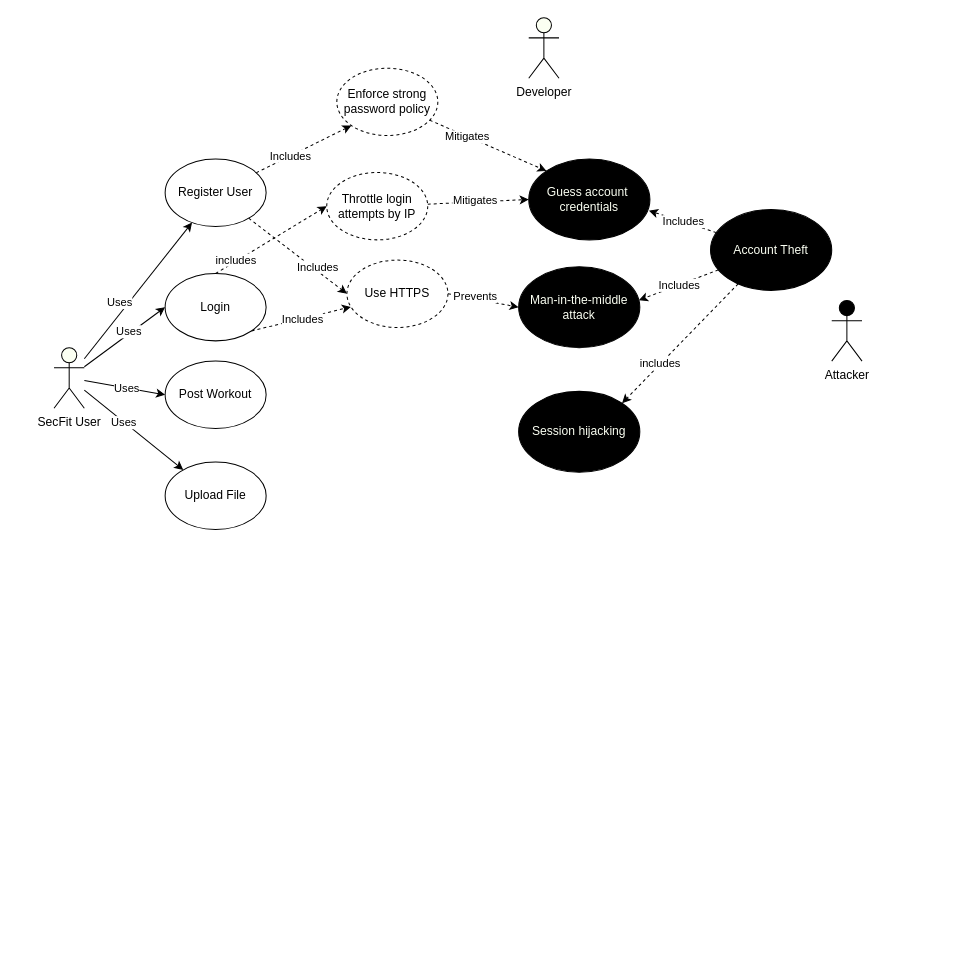
Earlier version of the draw.io diagram misusecase-1.drawio (gullskatten/BPMN-models). Source tidied: cells renumbered, new cells numbered last; positions are measured from the earlier drawing's top-left corner, leaving out a move shared by most shapes. Both pictures are drawn from the tidied source at 101%, with x=0, y=0 at pixel (54, 17).
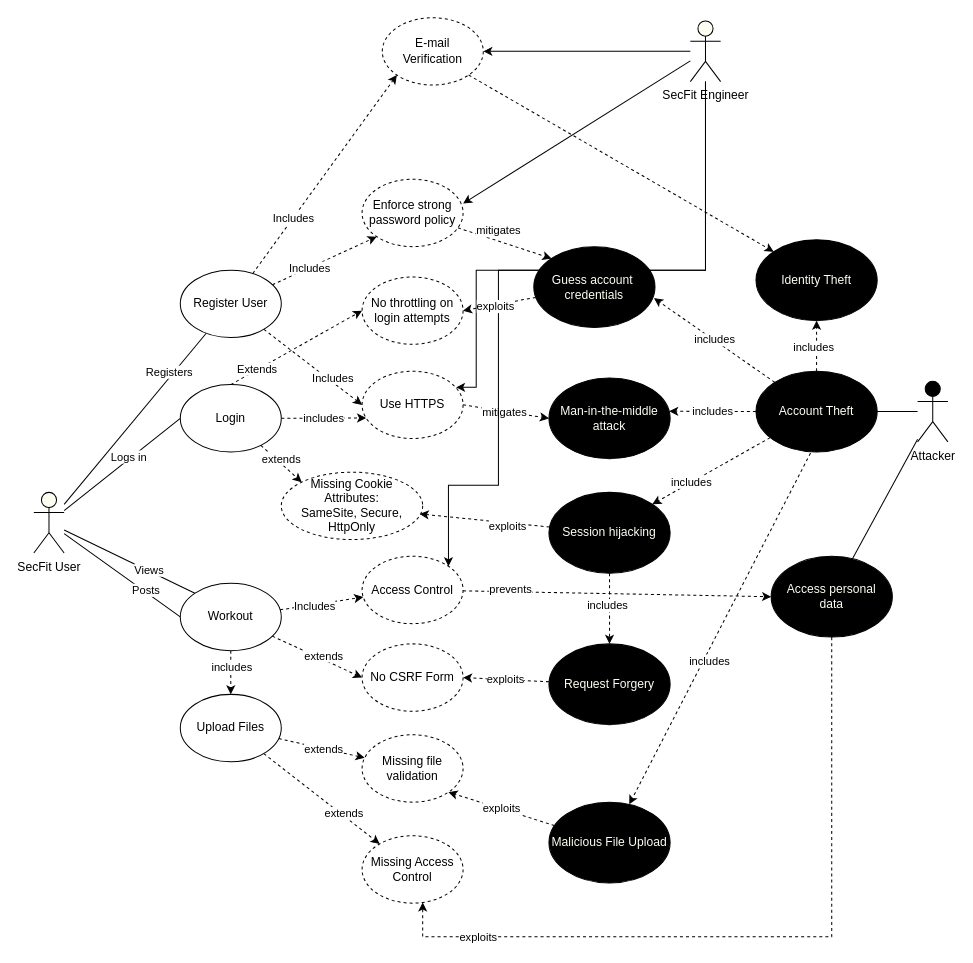
The same page after the edit.

Unchanged cells that the change refers to:
```xml
<mxCell id="14" style="edgeStyle=none;rounded=0;jettySize=auto;html=1;entryX=0;entryY=0.5;entryDx=0;entryDy=0;dashed=1;exitX=0.5;exitY=0;exitDx=0;exitDy=0;" parent="1" edge="1" source="16" target="40">
  <mxGeometry relative="1" as="geometry" />
</mxCell>
<mxCell id="25" style="rounded=0;jettySize=auto;html=1;entryX=0;entryY=0.5;entryDx=0;entryDy=0;dashed=1;exitX=1;exitY=0.5;exitDx=0;exitDy=0;" parent="1" edge="1" source="27" target="19">
  <mxGeometry relative="1" as="geometry" />
</mxCell>
<mxCell id="34" style="edgeStyle=none;rounded=0;jettySize=auto;html=1;entryX=0;entryY=0;entryDx=0;entryDy=0;dashed=1;" parent="1" edge="1" source="36" target="37">
  <mxGeometry relative="1" as="geometry" />
</mxCell>
```

What changed in the source:
```diff
@@
+    <mxCell id="42" style="edgeStyle=none;rounded=0;jettySize=auto;html=1;entryX=1;entryY=0.5;entryDx=0;entryDy=0;endArrow=none;endFill=0;" parent="1" edge="1" source="2" target="32">
+      <mxGeometry relative="1" as="geometry" />
+    </mxCell>
+    <mxCell id="43" style="edgeStyle=none;rounded=0;jettySize=auto;html=1;exitX=0.45;exitY=1.013;exitDx=0;exitDy=0;exitPerimeter=0;dashed=1;" parent="1" edge="1" source="32" target="79">
+      <mxGeometry relative="1" as="geometry" />
+    </mxCell>
+    <mxCell id="44" value="includes" style="edgeLabel;html=1;align=center;verticalAlign=middle;" parent="43" vertex="1">
+      <mxGeometry x="0.17" y="5" relative="1" as="geometry" />
+    </mxCell>
+    <mxCell id="45" style="edgeStyle=none;rounded=0;jettySize=auto;html=1;endArrow=none;endFill=0;" parent="1" edge="1" source="2" target="89">
+      <mxGeometry relative="1" as="geometry" />
+    </mxCell>
     <mxCell id="2" value="Attacker" style="shape=umlActor;verticalLabelPosition=bottom;verticalAlign=top;html=1;outlineConnect=0;fillColor=#000000;" parent="1" vertex="1">
-      <mxGeometry x="770" y="280" width="30" height="60" as="geometry" />
+      <mxGeometry x="855" y="360" width="30" height="60" as="geometry" />
     </mxCell>
-    <mxCell id="3" style="edgeStyle=none;rounded=0;jettySize=auto;html=1;" parent="1" edge="1" source="11" target="24">
+    <mxCell id="3" style="edgeStyle=none;rounded=0;jettySize=auto;html=1;endArrow=none;endFill=0;" parent="1" edge="1" source="11" target="24">
       <mxGeometry relative="1" as="geometry" />
     </mxCell>
-    <mxCell id="4" value="Uses" style="edgeLabel;html=1;align=center;verticalAlign=middle;" parent="3" vertex="1">
+    <mxCell id="4" value="Registers" style="edgeLabel;html=1;align=center;verticalAlign=middle;" parent="3" vertex="1">
       <mxGeometry x="0.38" y="-2" relative="1" as="geometry">
-        <mxPoint x="-40.6" y="36" as="offset" />
+        <mxPoint x="4.6" y="-15.6" as="offset" />
       </mxGeometry>
     </mxCell>
-    <mxCell id="5" style="edgeStyle=none;rounded=0;jettySize=auto;html=1;entryX=0;entryY=0.5;entryDx=0;entryDy=0;" parent="1" edge="1" source="11" target="16">
+    <mxCell id="5" style="edgeStyle=none;rounded=0;jettySize=auto;html=1;entryX=0;entryY=0.5;entryDx=0;entryDy=0;endArrow=none;endFill=0;" parent="1" edge="1" source="11" target="16">
       <mxGeometry relative="1" as="geometry" />
     </mxCell>
-    <mxCell id="6" value="Uses" style="edgeLabel;html=1;align=center;verticalAlign=middle;" parent="5" vertex="1">
+    <mxCell id="6" value="Logs in" style="edgeLabel;html=1;align=center;verticalAlign=middle;" parent="5" vertex="1">
       <mxGeometry x="0.13" y="2" relative="1" as="geometry" />
     </mxCell>
-    <mxCell id="7" style="edgeStyle=none;rounded=0;jettySize=auto;html=1;entryX=0;entryY=0.5;entryDx=0;entryDy=0;" parent="1" edge="1" source="11" target="17">
+    <mxCell id="7" style="edgeStyle=none;rounded=0;jettySize=auto;html=1;entryX=0;entryY=0.5;entryDx=0;entryDy=0;endArrow=none;endFill=0;" parent="1" edge="1" source="11" target="17">
       <mxGeometry relative="1" as="geometry" />
     </mxCell>
-    <mxCell id="8" value="Uses" style="edgeLabel;html=1;align=center;verticalAlign=middle;" parent="7" vertex="1">
+    <mxCell id="8" value="Posts" style="edgeLabel;html=1;align=center;verticalAlign=middle;" parent="7" vertex="1">
       <mxGeometry x="0.04" y="1" relative="1" as="geometry">
-        <mxPoint y="1" as="offset" />
+        <mxPoint x="20.1" y="13.5" as="offset" />
       </mxGeometry>
     </mxCell>
-    <mxCell id="9" style="edgeStyle=none;rounded=0;jettySize=auto;html=1;" parent="1" edge="1" source="11" target="18">
-      <mxGeometry relative="1" as="geometry" />
-    </mxCell>
-    <mxCell id="10" value="Uses" style="edgeLabel;html=1;align=center;verticalAlign=middle;" parent="9" vertex="1">
-      <mxGeometry x="-0.19" relative="1" as="geometry">
-        <mxPoint x="-1" as="offset" />
-      </mxGeometry>
-    </mxCell>
+    <mxCell id="46" style="edgeStyle=none;rounded=0;jettySize=auto;html=1;entryX=0.5;entryY=0;entryDx=0;entryDy=0;exitX=0.5;exitY=1;exitDx=0;exitDy=0;dashed=1;" parent="1" edge="1" source="17" target="76">
+      <mxGeometry relative="1" as="geometry" />
+    </mxCell>
+    <mxCell id="47" value="includes" style="edgeLabel;html=1;align=center;verticalAlign=middle;" parent="46" vertex="1">
+      <mxGeometry x="0.57" y="1" relative="1" as="geometry">
+        <mxPoint x="-1" y="-18.3" as="offset" />
+      </mxGeometry>
+    </mxCell>
+    <mxCell id="48" style="edgeStyle=none;rounded=0;jettySize=auto;html=1;entryX=0;entryY=0;entryDx=0;entryDy=0;endArrow=none;endFill=0;" parent="1" edge="1" source="11" target="17">
+      <mxGeometry relative="1" as="geometry" />
+    </mxCell>
+    <mxCell id="49" value="Views" style="edgeLabel;html=1;align=center;verticalAlign=middle;" parent="48" vertex="1">
+      <mxGeometry x="0.28" y="1" relative="1" as="geometry" />
+    </mxCell>
     <mxCell id="11" value="SecFit User" style="shape=umlActor;verticalLabelPosition=bottom;verticalAlign=top;html=1;outlineConnect=0;fillColor=#FBFFF2;" parent="1" vertex="1">
-      <mxGeometry y="326.7" width="30" height="60" as="geometry" />
+      <mxGeometry x="-20" y="470" width="30" height="60" as="geometry" />
     </mxCell>
-    <mxCell id="12" style="edgeStyle=none;rounded=0;jettySize=auto;html=1;entryX=0.04;entryY=0.695;entryDx=0;entryDy=0;entryPerimeter=0;dashed=1;exitX=1;exitY=1;exitDx=0;exitDy=0;" parent="1" edge="1" source="16" target="27">
+    <mxCell id="12" style="edgeStyle=none;rounded=0;jettySize=auto;html=1;entryX=0.04;entryY=0.695;entryDx=0;entryDy=0;entryPerimeter=0;dashed=1;exitX=1;exitY=0.5;exitDx=0;exitDy=0;" parent="1" edge="1" source="16" target="27">
       <mxGeometry relative="1" as="geometry" />
     </mxCell>
-    <mxCell id="13" value="Includes" style="edgeLabel;html=1;align=center;verticalAlign=middle;" parent="12" vertex="1">
+    <mxCell id="13" value="includes" style="edgeLabel;html=1;align=center;verticalAlign=middle;" parent="12" vertex="1">
       <mxGeometry x="0.01" relative="1" as="geometry" />
     </mxCell>
@@
-    <mxCell id="15" value="includes" style="edgeLabel;html=1;align=center;verticalAlign=middle;" parent="14" vertex="1">
+    <mxCell id="15" value="Extends" style="edgeLabel;html=1;align=center;verticalAlign=middle;" parent="14" vertex="1">
       <mxGeometry x="-0.45" y="2" relative="1" as="geometry">
         <mxPoint x="-8.9" y="6.5" as="offset" />
       </mxGeometry>
     </mxCell>
+    <mxCell id="50" style="edgeStyle=none;rounded=0;jettySize=auto;html=1;dashed=1;entryX=0;entryY=0;entryDx=0;entryDy=0;" parent="1" edge="1" source="16" target="80">
+      <mxGeometry relative="1" as="geometry" />
+    </mxCell>
+    <mxCell id="51" value="extends" style="edgeLabel;html=1;align=center;verticalAlign=middle;" parent="50" vertex="1">
+      <mxGeometry x="0.28" y="2" relative="1" as="geometry">
+        <mxPoint x="-7.4" y="-8.8" as="offset" />
+      </mxGeometry>
+    </mxCell>
     <mxCell id="16" value="Login" style="ellipse;whiteSpace=wrap;html=1;" parent="1" vertex="1">
-      <mxGeometry x="110" y="253.3" width="100" height="66.7" as="geometry" />
+      <mxGeometry x="125" y="363.3" width="100" height="66.7" as="geometry" />
     </mxCell>
+    <mxCell id="52" style="edgeStyle=none;rounded=0;jettySize=auto;html=1;entryX=0;entryY=0.5;entryDx=0;entryDy=0;dashed=1;" parent="1" edge="1" source="17" target="71">
+      <mxGeometry relative="1" as="geometry" />
+    </mxCell>
+    <mxCell id="53" value="extends" style="edgeLabel;html=1;align=center;verticalAlign=middle;" parent="52" vertex="1">
+      <mxGeometry x="0.1" y="4" relative="1" as="geometry" />
+    </mxCell>
+    <mxCell id="54" style="edgeStyle=none;rounded=0;jettySize=auto;html=1;endArrow=classic;endFill=1;dashed=1;" parent="1" edge="1" source="17" target="86">
+      <mxGeometry relative="1" as="geometry" />
+    </mxCell>
+    <mxCell id="55" value="Includes" style="edgeLabel;html=1;align=center;verticalAlign=middle;" parent="54" vertex="1">
+      <mxGeometry x="-0.18" y="-1" relative="1" as="geometry" />
+    </mxCell>
-    <mxCell id="17" value="Post Workout" style="ellipse;whiteSpace=wrap;html=1;" parent="1" vertex="1">
-      <mxGeometry x="110" y="340" width="100" height="66.7" as="geometry" />
+    <mxCell id="17" value="Workout" style="ellipse;whiteSpace=wrap;html=1;" parent="1" vertex="1">
+      <mxGeometry x="125" y="560" width="100" height="66.7" as="geometry" />
     </mxCell>
-    <mxCell id="18" value="Upload File" style="ellipse;whiteSpace=wrap;html=1;" parent="1" vertex="1">
-      <mxGeometry x="110" y="440" width="100" height="66.7" as="geometry" />
-    </mxCell>
     <mxCell id="19" value="&lt;font color=&quot;#fbfff2&quot;&gt;Man-in-the-middle&lt;br&gt;attack&lt;br&gt;&lt;/font&gt;" style="ellipse;whiteSpace=wrap;html=1;fillColor=#000000;" parent="1" vertex="1">
-      <mxGeometry x="460" y="246.7" width="120" height="80" as="geometry" />
+      <mxGeometry x="490" y="356.7" width="120" height="80" as="geometry" />
     </mxCell>
@@
+    <mxCell id="56" style="edgeStyle=none;rounded=0;jettySize=auto;html=1;entryX=0;entryY=1;entryDx=0;entryDy=0;dashed=1;" parent="1" edge="1" source="24" target="81">
+      <mxGeometry relative="1" as="geometry" />
+    </mxCell>
+    <mxCell id="57" value="Includes" style="edgeLabel;html=1;align=center;verticalAlign=middle;" parent="56" vertex="1">
+      <mxGeometry x="-0.44" relative="1" as="geometry" />
+    </mxCell>
     <mxCell id="24" value="Register User" style="ellipse;whiteSpace=wrap;html=1;" parent="1" vertex="1">
-      <mxGeometry x="110" y="140" width="100" height="66.7" as="geometry" />
+      <mxGeometry x="125" y="250" width="100" height="66.7" as="geometry" />
     </mxCell>
@@
-    <mxCell id="26" value="Prevents" style="edgeLabel;html=1;align=center;verticalAlign=middle;" parent="25" vertex="1">
+    <mxCell id="26" value="mitigates" style="edgeLabel;html=1;align=center;verticalAlign=middle;" parent="25" vertex="1">
       <mxGeometry x="-0.22" relative="1" as="geometry">
-        <mxPoint x="-0.9" y="-2.6" as="offset" />
+        <mxPoint x="7.3" y="1.4" as="offset" />
       </mxGeometry>
     </mxCell>
     <mxCell id="27" value="Use HTTPS" style="ellipse;whiteSpace=wrap;html=1;dashed=1;" parent="1" vertex="1">
-      <mxGeometry x="290" y="240" width="100" height="66.7" as="geometry" />
+      <mxGeometry x="305" y="350" width="100" height="66.7" as="geometry" />
     </mxCell>
-    <mxCell id="28" value="Includes" style="edgeStyle=none;rounded=0;jettySize=auto;html=1;entryX=0.992;entryY=0.638;entryDx=0;entryDy=0;entryPerimeter=0;dashed=1;" parent="1" edge="1" source="32" target="37">
+    <mxCell id="28" value="includes" style="edgeStyle=none;rounded=0;jettySize=auto;html=1;entryX=0.992;entryY=0.638;entryDx=0;entryDy=0;entryPerimeter=0;dashed=1;" parent="1" edge="1" source="32" target="37">
       <mxGeometry relative="1" as="geometry" />
     </mxCell>
-    <mxCell id="29" value="Includes" style="edgeStyle=none;rounded=0;jettySize=auto;html=1;entryX=0.992;entryY=0.413;entryDx=0;entryDy=0;entryPerimeter=0;dashed=1;" parent="1" edge="1" source="32" target="19">
+    <mxCell id="29" value="includes" style="edgeStyle=none;rounded=0;jettySize=auto;html=1;entryX=0.992;entryY=0.413;entryDx=0;entryDy=0;entryPerimeter=0;dashed=1;" parent="1" edge="1" source="32" target="19">
       <mxGeometry relative="1" as="geometry" />
     </mxCell>
@@
+    <mxCell id="58" style="edgeStyle=none;rounded=0;jettySize=auto;html=1;dashed=1;" parent="1" edge="1" source="32">
+      <mxGeometry relative="1" as="geometry">
+        <mxPoint x="755" y="300" as="targetPoint" />
+      </mxGeometry>
+    </mxCell>
+    <mxCell id="59" value="includes" style="edgeLabel;html=1;align=center;verticalAlign=middle;" parent="58" vertex="1">
+      <mxGeometry x="-0.04" y="4" relative="1" as="geometry" />
+    </mxCell>
     <mxCell id="32" value="&lt;font color=&quot;#fbfff2&quot;&gt;Account Theft&lt;br&gt;&lt;/font&gt;" style="ellipse;whiteSpace=wrap;html=1;fillColor=#000000;" parent="1" vertex="1">
-      <mxGeometry x="650" y="190" width="120" height="80" as="geometry" />
+      <mxGeometry x="695" y="350" width="120" height="80" as="geometry" />
     </mxCell>
+    <mxCell id="60" style="edgeStyle=none;rounded=0;jettySize=auto;html=1;entryX=1;entryY=0.36;entryDx=0;entryDy=0;entryPerimeter=0;" parent="1" edge="1" source="33" target="36">
+      <mxGeometry relative="1" as="geometry" />
+    </mxCell>
+    <mxCell id="61" style="edgeStyle=orthogonalEdgeStyle;rounded=0;jettySize=auto;html=1;entryX=0.93;entryY=0.24;entryDx=0;entryDy=0;entryPerimeter=0;" parent="1" edge="1" source="33" target="27">
+      <mxGeometry relative="1" as="geometry">
+        <Array as="points">
+          <mxPoint x="645" y="250" />
+          <mxPoint x="418" y="250" />
+        </Array>
+      </mxGeometry>
+    </mxCell>
+    <mxCell id="62" style="edgeStyle=none;rounded=0;jettySize=auto;html=1;entryX=1;entryY=0.5;entryDx=0;entryDy=0;" parent="1" edge="1" source="33" target="81">
+      <mxGeometry relative="1" as="geometry" />
+    </mxCell>
+    <mxCell id="63" style="edgeStyle=orthogonalEdgeStyle;rounded=0;jettySize=auto;html=1;endArrow=classic;endFill=1;entryX=1;entryY=0;entryDx=0;entryDy=0;" parent="1" edge="1" source="33" target="86">
+      <mxGeometry relative="1" as="geometry">
+        <Array as="points">
+          <mxPoint x="645" y="250" />
+          <mxPoint x="440" y="250" />
+          <mxPoint x="440" y="463" />
+        </Array>
+      </mxGeometry>
+    </mxCell>
-    <mxCell id="33" value="Developer" style="shape=umlActor;verticalLabelPosition=bottom;verticalAlign=top;html=1;outlineConnect=0;fillColor=#FBFFF2;" parent="1" vertex="1">
-      <mxGeometry x="470" width="30" height="60" as="geometry" />
+    <mxCell id="33" value="SecFit Engineer" style="shape=umlActor;verticalLabelPosition=bottom;verticalAlign=top;html=1;outlineConnect=0;fillColor=#FBFFF2;" parent="1" vertex="1">
+      <mxGeometry x="630" y="3.3" width="30" height="60" as="geometry" />
     </mxCell>
@@
-    <mxCell id="35" value="Mitigates" style="edgeLabel;html=1;align=center;verticalAlign=middle;" parent="34" vertex="1">
+    <mxCell id="35" value="mitigates" style="edgeLabel;html=1;align=center;verticalAlign=middle;" parent="34" vertex="1">
       <mxGeometry x="-0.38" y="-1" relative="1" as="geometry">
-        <mxPoint x="1" as="offset" />
+        <mxPoint x="11.3" y="-8.3" as="offset" />
       </mxGeometry>
     </mxCell>
     <mxCell id="36" value="Enforce strong&lt;br&gt;password policy" style="ellipse;whiteSpace=wrap;html=1;dashed=1;" parent="1" vertex="1">
-      <mxGeometry x="280" y="50" width="100" height="66.7" as="geometry" />
+      <mxGeometry x="305" y="160" width="100" height="66.7" as="geometry" />
     </mxCell>
+    <mxCell id="64" style="edgeStyle=none;rounded=0;jettySize=auto;html=1;entryX=1;entryY=0.5;entryDx=0;entryDy=0;dashed=1;" parent="1" edge="1" source="37" target="40">
+      <mxGeometry relative="1" as="geometry" />
+    </mxCell>
+    <mxCell id="65" value="exploits" style="edgeLabel;html=1;align=center;verticalAlign=middle;" parent="64" vertex="1">
+      <mxGeometry x="0.28" y="-1" relative="1" as="geometry">
+        <mxPoint x="6" y="1" as="offset" />
+      </mxGeometry>
+    </mxCell>
     <mxCell id="37" value="&lt;font color=&quot;#fbfff2&quot;&gt;Guess account&amp;nbsp;&lt;br&gt;credentials&lt;br&gt;&lt;/font&gt;" style="ellipse;whiteSpace=wrap;html=1;fillColor=#000000;" parent="1" vertex="1">
-      <mxGeometry x="470" y="140" width="120" height="80" as="geometry" />
+      <mxGeometry x="475" y="226.7" width="120" height="80" as="geometry" />
     </mxCell>
-    <mxCell id="38" style="edgeStyle=none;rounded=0;jettySize=auto;html=1;entryX=0;entryY=0.5;entryDx=0;entryDy=0;dashed=1;" parent="1" edge="1" source="40" target="37">
-      <mxGeometry relative="1" as="geometry" />
-    </mxCell>
-    <mxCell id="39" value="Mitigates" style="edgeLabel;html=1;align=center;verticalAlign=middle;" parent="38" vertex="1">
-      <mxGeometry x="0.61" y="-1" relative="1" as="geometry">
-        <mxPoint x="-34.8" y="-1.8" as="offset" />
-      </mxGeometry>
-    </mxCell>
-    <mxCell id="40" value="Throttle login&lt;br&gt;attempts by IP" style="ellipse;whiteSpace=wrap;html=1;dashed=1;" parent="1" vertex="1">
-      <mxGeometry x="270" y="153.3" width="100" height="66.7" as="geometry" />
+    <mxCell id="40" value="No throttling on&lt;br&gt;login attempts" style="ellipse;whiteSpace=wrap;html=1;dashed=1;" parent="1" vertex="1">
+      <mxGeometry x="305" y="256.7" width="100" height="66.7" as="geometry" />
     </mxCell>
+    <mxCell id="66" style="edgeStyle=none;rounded=0;jettySize=auto;html=1;dashed=1;" parent="1" edge="1" source="41" target="70">
+      <mxGeometry relative="1" as="geometry" />
+    </mxCell>
+    <mxCell id="67" value="includes" style="edgeLabel;html=1;align=center;verticalAlign=middle;" parent="66" vertex="1">
+      <mxGeometry x="-0.11" y="-3" relative="1" as="geometry" />
+    </mxCell>
+    <mxCell id="68" value="exploits" style="edgeStyle=none;rounded=0;jettySize=auto;html=1;entryX=0.979;entryY=0.62;entryDx=0;entryDy=0;entryPerimeter=0;dashed=1;" parent="1" edge="1" source="41" target="80">
+      <mxGeometry x="-0.37" y="4" relative="1" as="geometry" />
+    </mxCell>
     <mxCell id="41" value="&lt;font color=&quot;#fbfff2&quot;&gt;Session hijacking&lt;br&gt;&lt;/font&gt;" style="ellipse;whiteSpace=wrap;html=1;fillColor=#000000;" parent="1" vertex="1">
-      <mxGeometry x="460" y="370" width="120" height="80" as="geometry" />
+      <mxGeometry x="490" y="470" width="120" height="80" as="geometry" />
     </mxCell>
+    <mxCell id="69" value="exploits" style="edgeStyle=none;rounded=0;jettySize=auto;html=1;entryX=1;entryY=0.5;entryDx=0;entryDy=0;dashed=1;" parent="1" edge="1" source="70" target="71">
+      <mxGeometry relative="1" as="geometry" />
+    </mxCell>
+    <mxCell id="70" value="&lt;font color=&quot;#fbfff2&quot;&gt;Request Forgery&lt;br&gt;&lt;/font&gt;" style="ellipse;whiteSpace=wrap;html=1;fillColor=#000000;" parent="1" vertex="1">
+      <mxGeometry x="490" y="620" width="120" height="80" as="geometry" />
+    </mxCell>
+    <mxCell id="71" value="No CSRF Form" style="ellipse;whiteSpace=wrap;html=1;dashed=1;" parent="1" vertex="1">
+      <mxGeometry x="305" y="620" width="100" height="66.7" as="geometry" />
+    </mxCell>
+    <mxCell id="72" style="edgeStyle=none;rounded=0;jettySize=auto;html=1;dashed=1;" parent="1" edge="1" source="76" target="77">
+      <mxGeometry relative="1" as="geometry" />
+    </mxCell>
+    <mxCell id="73" value="extends" style="edgeLabel;html=1;align=center;verticalAlign=middle;" parent="72" vertex="1">
+      <mxGeometry x="0.34" y="1" relative="1" as="geometry">
+        <mxPoint x="-12.4" y="-1.1" as="offset" />
+      </mxGeometry>
+    </mxCell>
+    <mxCell id="74" style="edgeStyle=none;rounded=0;jettySize=auto;html=1;dashed=1;endArrow=classic;endFill=1;" parent="1" edge="1" source="76" target="90">
+      <mxGeometry relative="1" as="geometry" />
+    </mxCell>
+    <mxCell id="75" value="extends" style="edgeLabel;html=1;align=center;verticalAlign=middle;" parent="74" vertex="1">
+      <mxGeometry x="0.35" y="2" relative="1" as="geometry" />
+    </mxCell>
+    <mxCell id="76" value="Upload Files" style="ellipse;whiteSpace=wrap;html=1;" parent="1" vertex="1">
+      <mxGeometry x="125" y="670" width="100" height="66.7" as="geometry" />
+    </mxCell>
+    <mxCell id="77" value="Missing file validation" style="ellipse;whiteSpace=wrap;html=1;dashed=1;" parent="1" vertex="1">
+      <mxGeometry x="305" y="710" width="100" height="66.7" as="geometry" />
+    </mxCell>
+    <mxCell id="78" value="exploits" style="edgeStyle=none;rounded=0;jettySize=auto;html=1;entryX=1;entryY=1;entryDx=0;entryDy=0;dashed=1;" parent="1" edge="1" source="79" target="77">
+      <mxGeometry relative="1" as="geometry" />
+    </mxCell>
+    <mxCell id="79" value="&lt;font color=&quot;#fbfff2&quot;&gt;Malicious File Upload&lt;br&gt;&lt;/font&gt;" style="ellipse;whiteSpace=wrap;html=1;fillColor=#000000;" parent="1" vertex="1">
+      <mxGeometry x="490" y="776.7" width="120" height="80" as="geometry" />
+    </mxCell>
+    <mxCell id="80" value="Missing Cookie Attributes:&lt;br&gt;SameSite, Secure, HttpOnly" style="ellipse;whiteSpace=wrap;html=1;dashed=1;" parent="1" vertex="1">
+      <mxGeometry x="225" y="450" width="140" height="66.7" as="geometry" />
+    </mxCell>
+    <mxCell id="81" value="E-mail &lt;br&gt;Verification" style="ellipse;whiteSpace=wrap;html=1;dashed=1;" parent="1" vertex="1">
+      <mxGeometry x="325" width="100" height="66.7" as="geometry" />
+    </mxCell>
+    <mxCell id="82" value="&lt;font color=&quot;#fbfff2&quot;&gt;Identity Theft&lt;br&gt;&lt;/font&gt;" style="ellipse;whiteSpace=wrap;html=1;fillColor=#000000;" parent="1" vertex="1">
+      <mxGeometry x="695" y="220" width="120" height="80" as="geometry" />
+    </mxCell>
+    <mxCell id="83" style="rounded=0;jettySize=auto;html=1;entryX=0;entryY=0;entryDx=0;entryDy=0;dashed=1;exitX=1;exitY=1;exitDx=0;exitDy=0;" parent="1" edge="1" source="81" target="82">
+      <mxGeometry relative="1" as="geometry" />
+    </mxCell>
+    <mxCell id="84" style="edgeStyle=none;rounded=0;jettySize=auto;html=1;entryX=0;entryY=0.5;entryDx=0;entryDy=0;endArrow=classic;endFill=1;dashed=1;" parent="1" edge="1" source="86" target="89">
+      <mxGeometry relative="1" as="geometry" />
+    </mxCell>
+    <mxCell id="85" value="prevents" style="edgeLabel;html=1;align=center;verticalAlign=middle;" parent="84" vertex="1">
+      <mxGeometry x="-0.77" y="-3" relative="1" as="geometry">
+        <mxPoint x="12" y="-5.7" as="offset" />
+      </mxGeometry>
+    </mxCell>
+    <mxCell id="86" value="Access Control" style="ellipse;whiteSpace=wrap;html=1;dashed=1;" parent="1" vertex="1">
+      <mxGeometry x="305" y="533.3" width="100" height="66.7" as="geometry" />
+    </mxCell>
+    <mxCell id="87" style="edgeStyle=orthogonalEdgeStyle;rounded=0;jettySize=auto;html=1;dashed=1;endArrow=classic;endFill=1;" parent="1" edge="1" source="89" target="90">
+      <mxGeometry relative="1" as="geometry">
+        <Array as="points">
+          <mxPoint x="770" y="910" />
+          <mxPoint x="365" y="910" />
+        </Array>
+      </mxGeometry>
+    </mxCell>
+    <mxCell id="88" value="exploits" style="edgeLabel;html=1;align=center;verticalAlign=middle;" parent="87" vertex="1">
+      <mxGeometry x="0.31" relative="1" as="geometry">
+        <mxPoint x="-165.7" as="offset" />
+      </mxGeometry>
+    </mxCell>
+    <mxCell id="89" value="&lt;font color=&quot;#fbfff2&quot;&gt;Access personal&lt;br&gt;data&lt;br&gt;&lt;/font&gt;" style="ellipse;whiteSpace=wrap;html=1;fillColor=#000000;" parent="1" vertex="1">
+      <mxGeometry x="710" y="533.3" width="120" height="80" as="geometry" />
+    </mxCell>
+    <mxCell id="90" value="Missing Access Control" style="ellipse;whiteSpace=wrap;html=1;dashed=1;" parent="1" vertex="1">
+      <mxGeometry x="305" y="810" width="100" height="66.7" as="geometry" />
+    </mxCell>
```
